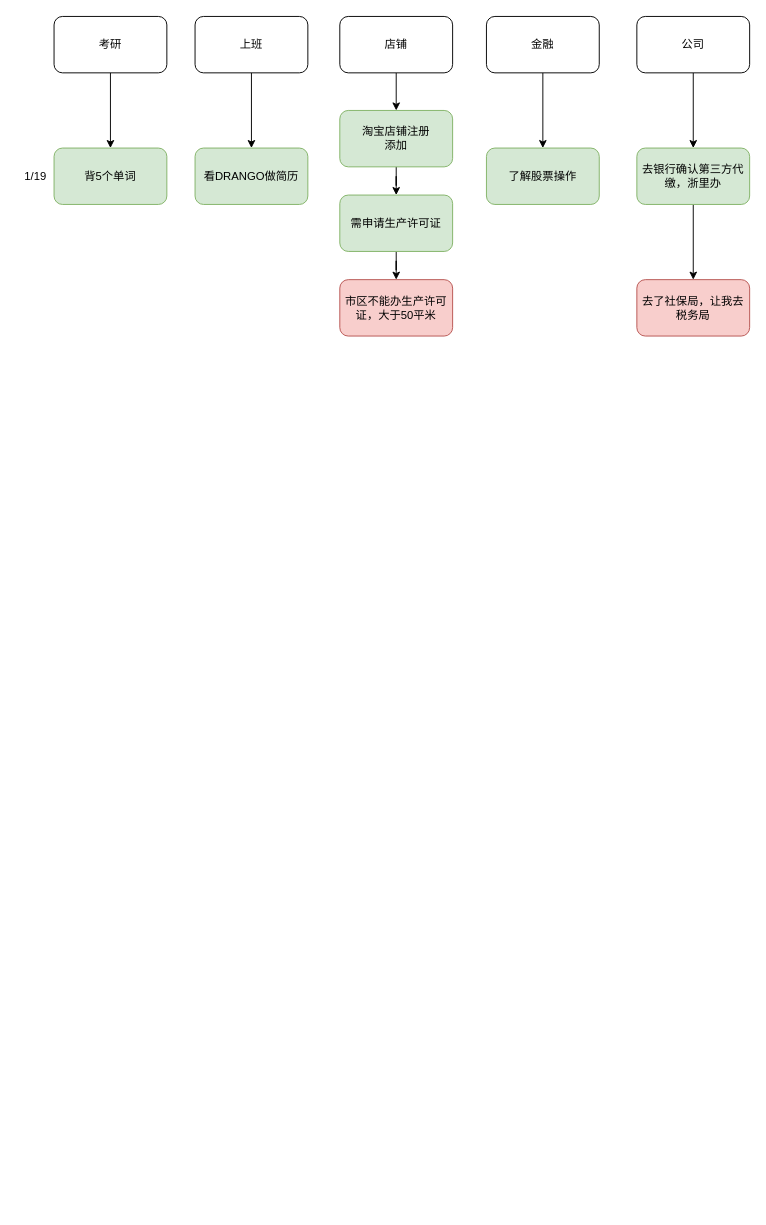
This is PLAN.drawio from githublinpeng/softwareImage, a draw.io file, before an edit. Source tidied: cells renumbered, new cells numbered last; positions are measured from the earlier drawing's top-left corner, leaving out a move shared by most shapes. Both pictures are drawn from the tidied source at 94%, with x=0, y=0 at pixel (16, 16).
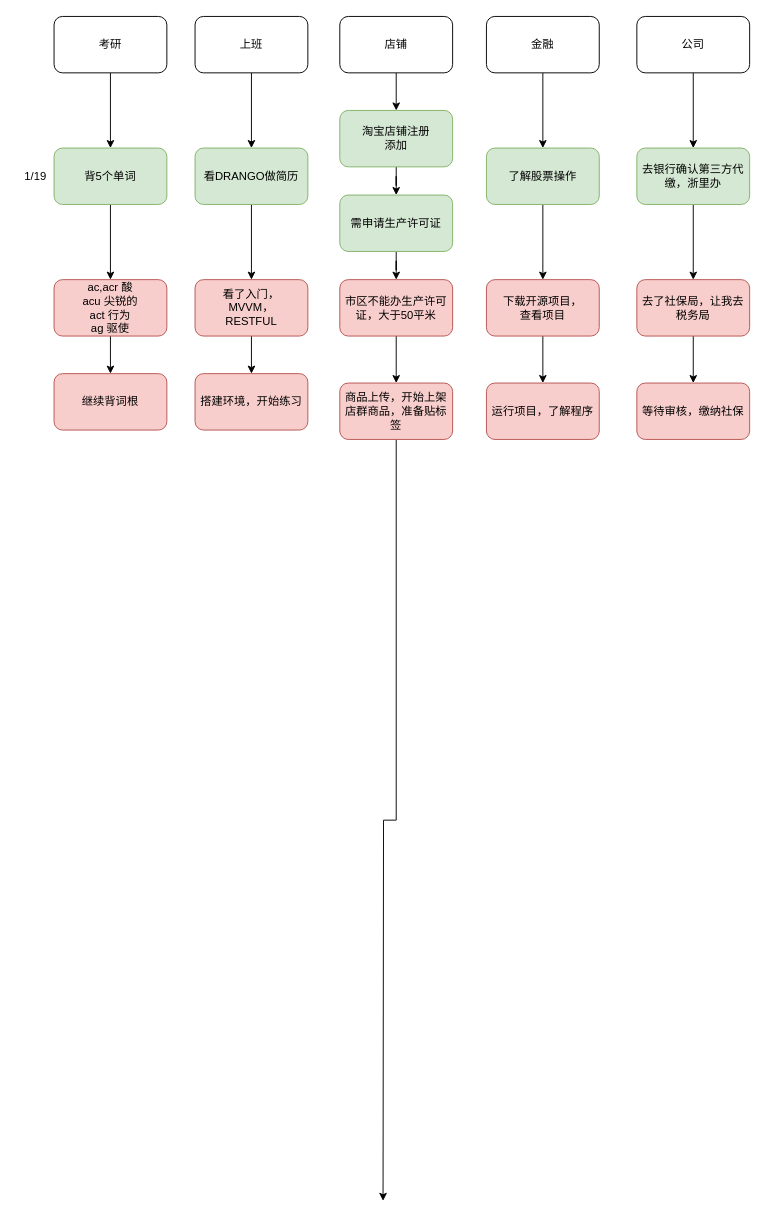
The same page after the edit.

The change refers to these unchanged cells:
```xml
<mxCell id="18" value="看DRANGO做简历" style="whiteSpace=wrap;html=1;rounded=1;fillColor=#d5e8d4;strokeColor=#82b366;" parent="1" vertex="1">
  <mxGeometry x="190" y="140" width="120" height="60" as="geometry" />
</mxCell>
<mxCell id="19" value="背5个单词" style="whiteSpace=wrap;html=1;rounded=1;fillColor=#d5e8d4;strokeColor=#82b366;" parent="1" vertex="1">
  <mxGeometry x="40" y="140" width="120" height="60" as="geometry" />
</mxCell>
<mxCell id="20" value="了解股票操作" style="whiteSpace=wrap;html=1;rounded=1;fillColor=#d5e8d4;strokeColor=#82b366;" parent="1" vertex="1">
  <mxGeometry x="500" y="140" width="120" height="60" as="geometry" />
</mxCell>
<mxCell id="22" value="去了社保局，让我去税务局" style="whiteSpace=wrap;html=1;fillColor=#f8cecc;strokeColor=#b85450;rounded=1;" parent="1" vertex="1">
  <mxGeometry x="660" y="280" width="120" height="60" as="geometry" />
</mxCell>
<mxCell id="23" value="市区不能办生产许可证，大于50平米" style="whiteSpace=wrap;html=1;fillColor=#f8cecc;strokeColor=#b85450;rounded=1;" parent="1" vertex="1">
  <mxGeometry x="344" y="280" width="120" height="60" as="geometry" />
</mxCell>
```

Diff of the diagram source:
```diff
@@
+    <mxCell id="24" style="edgeStyle=orthogonalEdgeStyle;rounded=0;jettySize=auto;html=1;" parent="1" edge="1" source="18" target="33">
+      <mxGeometry relative="1" as="geometry" />
+    </mxCell>
@@
+    <mxCell id="25" style="edgeStyle=orthogonalEdgeStyle;rounded=0;jettySize=auto;html=1;" parent="1" edge="1" source="19" target="35">
+      <mxGeometry relative="1" as="geometry" />
+    </mxCell>
@@
+    <mxCell id="26" style="edgeStyle=orthogonalEdgeStyle;rounded=0;jettySize=auto;html=1;" parent="1" edge="1" source="20" target="37">
+      <mxGeometry relative="1" as="geometry" />
+    </mxCell>
@@
+    <mxCell id="27" style="edgeStyle=orthogonalEdgeStyle;rounded=0;jettySize=auto;html=1;" parent="1" edge="1" source="22" target="31">
+      <mxGeometry relative="1" as="geometry" />
+    </mxCell>
@@
+    <mxCell id="28" style="edgeStyle=orthogonalEdgeStyle;rounded=0;jettySize=auto;html=1;" parent="1" edge="1" source="23" target="30">
+      <mxGeometry relative="1" as="geometry" />
+    </mxCell>
@@
+    <mxCell id="29" style="edgeStyle=orthogonalEdgeStyle;rounded=0;jettySize=auto;html=1;" parent="1" edge="1" source="30">
+      <mxGeometry relative="1" as="geometry">
+        <mxPoint x="390" y="1260" as="targetPoint" />
+      </mxGeometry>
+    </mxCell>
+    <mxCell id="30" value="商品上传，开始上架店群商品，准备贴标签" style="whiteSpace=wrap;html=1;fillColor=#f8cecc;strokeColor=#b85450;rounded=1;" parent="1" vertex="1">
+      <mxGeometry x="344" y="390" width="120" height="60" as="geometry" />
+    </mxCell>
+    <mxCell id="31" value="等待审核，缴纳社保" style="whiteSpace=wrap;html=1;fillColor=#f8cecc;strokeColor=#b85450;rounded=1;" parent="1" vertex="1">
+      <mxGeometry x="660" y="390" width="120" height="60" as="geometry" />
+    </mxCell>
+    <mxCell id="32" style="edgeStyle=orthogonalEdgeStyle;rounded=0;jettySize=auto;html=1;" parent="1" edge="1" source="33" target="39">
+      <mxGeometry relative="1" as="geometry" />
+    </mxCell>
+    <mxCell id="33" value="看了入门，&lt;br&gt;MVVM，&lt;br&gt;RESTFUL" style="whiteSpace=wrap;html=1;fillColor=#f8cecc;strokeColor=#b85450;rounded=1;" parent="1" vertex="1">
+      <mxGeometry x="190" y="280" width="120" height="60" as="geometry" />
+    </mxCell>
+    <mxCell id="34" style="edgeStyle=orthogonalEdgeStyle;rounded=0;jettySize=auto;html=1;" parent="1" edge="1" source="35" target="40">
+      <mxGeometry relative="1" as="geometry" />
+    </mxCell>
+    <mxCell id="35" value="ac,acr 酸&lt;br&gt;acu 尖锐的&lt;br&gt;act 行为&lt;br&gt;ag 驱使" style="whiteSpace=wrap;html=1;fillColor=#f8cecc;strokeColor=#b85450;rounded=1;" parent="1" vertex="1">
+      <mxGeometry x="40" y="280" width="120" height="60" as="geometry" />
+    </mxCell>
+    <mxCell id="36" style="edgeStyle=orthogonalEdgeStyle;rounded=0;jettySize=auto;html=1;" parent="1" edge="1" source="37" target="38">
+      <mxGeometry relative="1" as="geometry" />
+    </mxCell>
+    <mxCell id="37" value="下载开源项目，&lt;br&gt;查看项目" style="whiteSpace=wrap;html=1;fillColor=#f8cecc;strokeColor=#b85450;rounded=1;" parent="1" vertex="1">
+      <mxGeometry x="500" y="280" width="120" height="60" as="geometry" />
+    </mxCell>
+    <mxCell id="38" value="运行项目，了解程序" style="whiteSpace=wrap;html=1;fillColor=#f8cecc;strokeColor=#b85450;rounded=1;" parent="1" vertex="1">
+      <mxGeometry x="500" y="390" width="120" height="60" as="geometry" />
+    </mxCell>
+    <mxCell id="39" value="搭建环境，开始练习" style="whiteSpace=wrap;html=1;fillColor=#f8cecc;strokeColor=#b85450;rounded=1;" parent="1" vertex="1">
+      <mxGeometry x="190" y="380" width="120" height="60" as="geometry" />
+    </mxCell>
+    <mxCell id="40" value="继续背词根" style="whiteSpace=wrap;html=1;fillColor=#f8cecc;strokeColor=#b85450;rounded=1;" parent="1" vertex="1">
+      <mxGeometry x="40" y="380" width="120" height="60" as="geometry" />
+    </mxCell>
```
